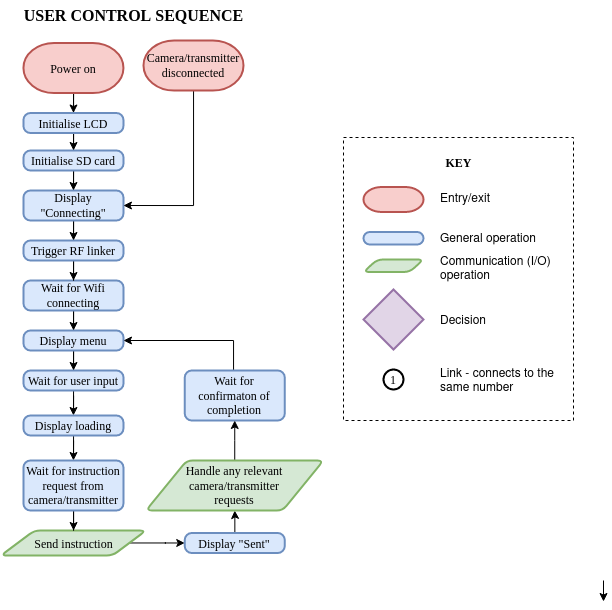
The draw.io diagram final-report/Images/Pi-flow.png in rothdu/EEE4113F-Group13-2024, before a commit. Source tidied: cells renumbered, new cells last; positions are measured from the earlier drawing's top-left corner, leaving out a move shared by most shapes. Its diagram source:
```xml
<mxGraphModel>
  <root>
    <mxCell id="0" />
    <mxCell id="1" parent="0" />
    <mxCell id="2" style="edgeStyle=orthogonalEdgeStyle;rounded=0;jettySize=auto;html=1;entryX=0.5;entryY=0;entryDx=0;entryDy=0;fontFamily=Times New Roman;" parent="1" edge="1" source="3" target="5">
      <mxGeometry relative="1" as="geometry" />
    </mxCell>
    <mxCell id="3" value="Wait for Wifi connecting" style="rounded=1;whiteSpace=wrap;html=1;absoluteArcSize=1;arcSize=14;strokeWidth=2;fillColor=#dae8fc;strokeColor=#6c8ebf;fontFamily=Times New Roman;" parent="1" vertex="1">
      <mxGeometry x="22" y="280" width="100" height="30" as="geometry" />
    </mxCell>
    <mxCell id="4" style="edgeStyle=orthogonalEdgeStyle;rounded=0;jettySize=auto;html=1;entryX=0.5;entryY=0;entryDx=0;entryDy=0;fontFamily=Times New Roman;" parent="1" edge="1" source="5" target="7">
      <mxGeometry relative="1" as="geometry" />
    </mxCell>
    <mxCell id="5" value="Display menu" style="rounded=1;whiteSpace=wrap;html=1;absoluteArcSize=1;arcSize=14;strokeWidth=2;fillColor=#dae8fc;strokeColor=#6c8ebf;fontFamily=Times New Roman;" parent="1" vertex="1">
      <mxGeometry x="22" y="330" width="100" height="20" as="geometry" />
    </mxCell>
    <mxCell id="6" style="edgeStyle=orthogonalEdgeStyle;rounded=0;jettySize=auto;html=1;entryX=0.5;entryY=0;entryDx=0;entryDy=0;fontFamily=Times New Roman;" parent="1" edge="1" source="7" target="17">
      <mxGeometry relative="1" as="geometry" />
    </mxCell>
    <mxCell id="7" value="Wait for user input" style="rounded=1;whiteSpace=wrap;html=1;absoluteArcSize=1;arcSize=14;strokeWidth=2;fillColor=#dae8fc;strokeColor=#6c8ebf;fontFamily=Times New Roman;" parent="1" vertex="1">
      <mxGeometry x="22" y="370" width="100" height="20" as="geometry" />
    </mxCell>
    <mxCell id="8" style="edgeStyle=orthogonalEdgeStyle;rounded=0;jettySize=auto;html=1;fontFamily=Times New Roman;entryX=0.5;entryY=0;entryDx=0;entryDy=0;" parent="1" edge="1" source="9" target="12">
      <mxGeometry relative="1" as="geometry" />
    </mxCell>
    <mxCell id="9" value="Power on" style="strokeWidth=2;html=1;shape=mxgraph.flowchart.terminator;whiteSpace=wrap;fillColor=#f8cecc;strokeColor=#b85450;fontFamily=Times New Roman;" parent="1" vertex="1">
      <mxGeometry x="22" y="42.5" width="100" height="50" as="geometry" />
    </mxCell>
    <mxCell id="10" value="&lt;font style=&quot;font-size: 16px;&quot;&gt;&lt;b&gt;USER CONTROL SEQUENCE&lt;br&gt;&lt;/b&gt;&lt;/font&gt;" style="text;html=1;align=center;verticalAlign=middle;strokeColor=none;fillColor=none;fontFamily=Times New Roman;" parent="1" vertex="1">
      <mxGeometry x="12" width="240" height="30" as="geometry" />
    </mxCell>
    <mxCell id="11" style="edgeStyle=orthogonalEdgeStyle;rounded=0;jettySize=auto;html=1;entryX=0.5;entryY=0;entryDx=0;entryDy=0;" parent="1" edge="1" source="12" target="14">
      <mxGeometry relative="1" as="geometry" />
    </mxCell>
    <mxCell id="12" value="Initialise LCD" style="rounded=1;whiteSpace=wrap;html=1;absoluteArcSize=1;arcSize=14;strokeWidth=2;fillColor=#dae8fc;strokeColor=#6c8ebf;fontFamily=Times New Roman;" parent="1" vertex="1">
      <mxGeometry x="22" y="112.5" width="100" height="20" as="geometry" />
    </mxCell>
    <mxCell id="13" style="edgeStyle=orthogonalEdgeStyle;rounded=0;jettySize=auto;html=1;entryX=0.5;entryY=0;entryDx=0;entryDy=0;fontFamily=Times New Roman;" parent="1" edge="1" source="14" target="19">
      <mxGeometry relative="1" as="geometry" />
    </mxCell>
    <mxCell id="14" value="Initialise SD card" style="rounded=1;whiteSpace=wrap;html=1;absoluteArcSize=1;arcSize=14;strokeWidth=2;fillColor=#dae8fc;strokeColor=#6c8ebf;fontFamily=Times New Roman;" parent="1" vertex="1">
      <mxGeometry x="22" y="150" width="100" height="20" as="geometry" />
    </mxCell>
    <mxCell id="15" style="edgeStyle=orthogonalEdgeStyle;rounded=0;orthogonalLoop=1;jettySize=auto;html=1;entryX=0.5;entryY=0;entryDx=0;entryDy=0;fontFamily=Times New Roman;" parent="1" edge="1">
      <mxGeometry relative="1" as="geometry">
        <mxPoint x="602" y="580" as="sourcePoint" />
        <mxPoint x="602" y="601" as="targetPoint" />
      </mxGeometry>
    </mxCell>
    <mxCell id="16" style="edgeStyle=orthogonalEdgeStyle;rounded=0;jettySize=auto;html=1;entryX=0.5;entryY=0;entryDx=0;entryDy=0;" parent="1" edge="1" source="17" target="40">
      <mxGeometry relative="1" as="geometry" />
    </mxCell>
    <mxCell id="17" value="Display loading" style="rounded=1;whiteSpace=wrap;html=1;absoluteArcSize=1;arcSize=14;strokeWidth=2;fillColor=#dae8fc;strokeColor=#6c8ebf;fontFamily=Times New Roman;" parent="1" vertex="1">
      <mxGeometry x="22" y="415" width="100" height="20" as="geometry" />
    </mxCell>
    <mxCell id="18" style="edgeStyle=orthogonalEdgeStyle;rounded=0;jettySize=auto;html=1;entryX=0.5;entryY=0;entryDx=0;entryDy=0;" parent="1" edge="1" source="19" target="36">
      <mxGeometry relative="1" as="geometry" />
    </mxCell>
    <mxCell id="19" value="Display &quot;Connecting&quot;" style="rounded=1;whiteSpace=wrap;html=1;absoluteArcSize=1;arcSize=14;strokeWidth=2;fillColor=#dae8fc;strokeColor=#6c8ebf;fontFamily=Times New Roman;" parent="1" vertex="1">
      <mxGeometry x="22" y="190" width="100" height="30" as="geometry" />
    </mxCell>
    <mxCell id="20" style="edgeStyle=orthogonalEdgeStyle;rounded=0;jettySize=auto;html=1;entryX=0;entryY=0.5;entryDx=0;entryDy=0;" parent="1" edge="1" source="21" target="42">
      <mxGeometry relative="1" as="geometry" />
    </mxCell>
    <mxCell id="21" value="Send instruction" style="shape=parallelogram;html=1;strokeWidth=2;perimeter=parallelogramPerimeter;whiteSpace=wrap;rounded=1;arcSize=12;size=0.23;fillColor=#d5e8d4;strokeColor=#82b366;fontFamily=Times New Roman;" parent="1" vertex="1">
      <mxGeometry x="-0.5" y="530" width="145" height="25" as="geometry" />
    </mxCell>
    <mxCell id="22" style="group;" parent="1" vertex="1">
      <mxGeometry x="342" y="137" width="230" height="283" as="geometry" />
    </mxCell>
    <mxCell id="23" style="rounded=0;whiteSpace=wrap;html=1;dashed=1;" parent="22" vertex="1">
      <mxGeometry width="230" height="283" as="geometry" />
    </mxCell>
    <mxCell id="24" value="&lt;b&gt;KEY&lt;/b&gt;" style="text;html=1;align=center;verticalAlign=middle;strokeColor=none;fillColor=none;fontFamily=Times New Roman;" parent="22" vertex="1">
      <mxGeometry x="90" y="9.5" width="50" height="30" as="geometry" />
    </mxCell>
    <mxCell id="25" style="strokeWidth=2;html=1;shape=mxgraph.flowchart.terminator;whiteSpace=wrap;fillColor=#f8cecc;strokeColor=#b85450;fontFamily=Times New Roman;" parent="22" vertex="1">
      <mxGeometry x="20" y="49.5" width="60" height="25" as="geometry" />
    </mxCell>
    <mxCell id="26" style="rounded=1;whiteSpace=wrap;html=1;absoluteArcSize=1;arcSize=14;strokeWidth=2;fillColor=#dae8fc;strokeColor=#6c8ebf;fontFamily=Times New Roman;" parent="22" vertex="1">
      <mxGeometry x="20" y="94.5" width="60" height="12.5" as="geometry" />
    </mxCell>
    <mxCell id="27" style="shape=parallelogram;html=1;strokeWidth=2;perimeter=parallelogramPerimeter;whiteSpace=wrap;rounded=1;arcSize=12;size=0.23;fillColor=#d5e8d4;strokeColor=#82b366;fontFamily=Times New Roman;" parent="22" vertex="1">
      <mxGeometry x="20" y="122" width="60" height="12.5" as="geometry" />
    </mxCell>
    <mxCell id="28" style="strokeWidth=2;html=1;shape=mxgraph.flowchart.decision;whiteSpace=wrap;fontFamily=Times New Roman;fillColor=#e1d5e7;strokeColor=#9673a6;" parent="22" vertex="1">
      <mxGeometry x="20" y="152" width="60" height="60" as="geometry" />
    </mxCell>
    <mxCell id="29" value="Entry/exit" style="text;html=1;align=left;verticalAlign=middle;whiteSpace=wrap;rounded=0;" parent="22" vertex="1">
      <mxGeometry x="95" y="44.5" width="60" height="30" as="geometry" />
    </mxCell>
    <mxCell id="30" value="General operation" style="text;html=1;align=left;verticalAlign=middle;whiteSpace=wrap;rounded=0;" parent="22" vertex="1">
      <mxGeometry x="95" y="84.5" width="110" height="30" as="geometry" />
    </mxCell>
    <mxCell id="31" value="Communication (I/O) operation" style="text;html=1;align=left;verticalAlign=middle;whiteSpace=wrap;rounded=0;" parent="22" vertex="1">
      <mxGeometry x="95" y="114.5" width="130" height="30" as="geometry" />
    </mxCell>
    <mxCell id="32" value="Decision" style="text;html=1;align=left;verticalAlign=middle;whiteSpace=wrap;rounded=0;" parent="22" vertex="1">
      <mxGeometry x="95" y="166.5" width="130" height="30" as="geometry" />
    </mxCell>
    <mxCell id="33" value="1" style="strokeWidth=2;html=1;shape=mxgraph.flowchart.start_2;whiteSpace=wrap;fontFamily=Times New Roman;" parent="22" vertex="1">
      <mxGeometry x="40" y="232" width="20" height="20" as="geometry" />
    </mxCell>
    <mxCell id="34" value="Link - connects to the same number" style="text;html=1;align=left;verticalAlign=middle;whiteSpace=wrap;rounded=0;" parent="22" vertex="1">
      <mxGeometry x="95" y="227" width="130" height="30" as="geometry" />
    </mxCell>
    <mxCell id="35" style="edgeStyle=orthogonalEdgeStyle;rounded=0;jettySize=auto;html=1;entryX=0.5;entryY=0;entryDx=0;entryDy=0;" parent="1" edge="1" source="36" target="3">
      <mxGeometry relative="1" as="geometry" />
    </mxCell>
    <mxCell id="36" value="Trigger RF linker" style="rounded=1;whiteSpace=wrap;html=1;absoluteArcSize=1;arcSize=14;strokeWidth=2;fillColor=#dae8fc;strokeColor=#6c8ebf;fontFamily=Times New Roman;" parent="1" vertex="1">
      <mxGeometry x="22" y="240" width="100" height="20" as="geometry" />
    </mxCell>
    <mxCell id="37" style="edgeStyle=orthogonalEdgeStyle;rounded=0;jettySize=auto;html=1;entryX=1;entryY=0.5;entryDx=0;entryDy=0;" parent="1" edge="1" source="38" target="19">
      <mxGeometry relative="1" as="geometry">
        <Array as="points">
          <mxPoint x="192" y="205" />
        </Array>
      </mxGeometry>
    </mxCell>
    <mxCell id="38" value="Camera/transmitter disconnected" style="strokeWidth=2;html=1;shape=mxgraph.flowchart.terminator;whiteSpace=wrap;fillColor=#f8cecc;strokeColor=#b85450;fontFamily=Times New Roman;" parent="1" vertex="1">
      <mxGeometry x="142" y="40" width="100" height="50" as="geometry" />
    </mxCell>
    <mxCell id="39" style="edgeStyle=orthogonalEdgeStyle;rounded=0;jettySize=auto;html=1;" parent="1" edge="1" source="40" target="21">
      <mxGeometry relative="1" as="geometry" />
    </mxCell>
    <mxCell id="40" value="Wait for instruction request from camera/transmitter" style="rounded=1;whiteSpace=wrap;html=1;absoluteArcSize=1;arcSize=14;strokeWidth=2;fillColor=#dae8fc;strokeColor=#6c8ebf;fontFamily=Times New Roman;" parent="1" vertex="1">
      <mxGeometry x="22" y="460" width="100" height="50" as="geometry" />
    </mxCell>
    <mxCell id="41" style="edgeStyle=orthogonalEdgeStyle;rounded=0;jettySize=auto;html=1;entryX=0.5;entryY=1;entryDx=0;entryDy=0;" parent="1" edge="1" source="42" target="46">
      <mxGeometry relative="1" as="geometry" />
    </mxCell>
    <mxCell id="42" value="Display &quot;Sent&quot;" style="rounded=1;whiteSpace=wrap;html=1;absoluteArcSize=1;arcSize=14;strokeWidth=2;fillColor=#dae8fc;strokeColor=#6c8ebf;fontFamily=Times New Roman;" parent="1" vertex="1">
      <mxGeometry x="183.2" y="532.5" width="100" height="20" as="geometry" />
    </mxCell>
    <mxCell id="43" style="edgeStyle=orthogonalEdgeStyle;rounded=0;jettySize=auto;html=1;entryX=1;entryY=0.5;entryDx=0;entryDy=0;" parent="1" edge="1" source="44" target="5">
      <mxGeometry relative="1" as="geometry">
        <Array as="points">
          <mxPoint x="232" y="340" />
        </Array>
      </mxGeometry>
    </mxCell>
    <mxCell id="44" value="Wait for confirmaton of completion" style="rounded=1;whiteSpace=wrap;html=1;absoluteArcSize=1;arcSize=14;strokeWidth=2;fillColor=#dae8fc;strokeColor=#6c8ebf;fontFamily=Times New Roman;" parent="1" vertex="1">
      <mxGeometry x="183.2" y="370" width="100" height="50" as="geometry" />
    </mxCell>
    <mxCell id="45" style="edgeStyle=orthogonalEdgeStyle;rounded=0;jettySize=auto;html=1;entryX=0.5;entryY=1;entryDx=0;entryDy=0;" parent="1" edge="1" source="46" target="44">
      <mxGeometry relative="1" as="geometry" />
    </mxCell>
    <mxCell id="46" value="Handle any relevant camera/transmitter &lt;br&gt;requests" style="shape=parallelogram;html=1;strokeWidth=2;perimeter=parallelogramPerimeter;whiteSpace=wrap;rounded=1;arcSize=12;size=0.23;fillColor=#d5e8d4;strokeColor=#82b366;fontFamily=Times New Roman;" parent="1" vertex="1">
      <mxGeometry x="144.5" y="460" width="177.5" height="50" as="geometry" />
    </mxCell>
  </root>
</mxGraphModel>
```
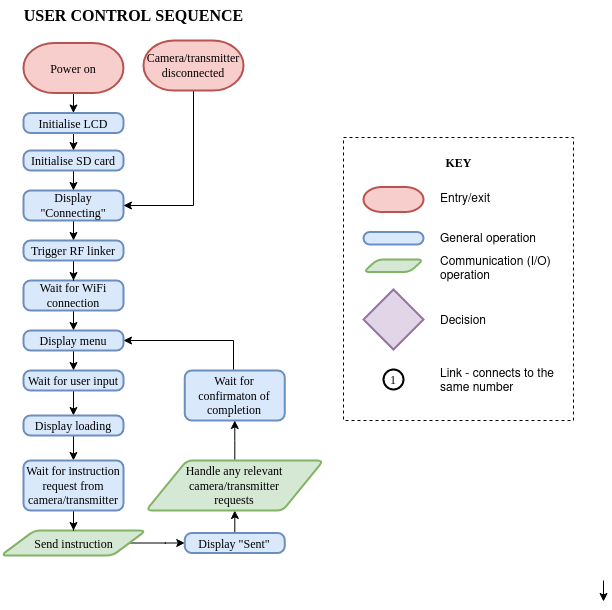
The same diagram one commit later.

The edit, as a diff of the source:
```diff
@@ -5,7 +5,7 @@
     <mxCell id="2" style="edgeStyle=orthogonalEdgeStyle;rounded=0;jettySize=auto;html=1;entryX=0.5;entryY=0;entryDx=0;entryDy=0;fontFamily=Times New Roman;" parent="1" edge="1" source="3" target="5">
       <mxGeometry relative="1" as="geometry" />
     </mxCell>
-    <mxCell id="3" value="Wait for Wifi connecting" style="rounded=1;whiteSpace=wrap;html=1;absoluteArcSize=1;arcSize=14;strokeWidth=2;fillColor=#dae8fc;strokeColor=#6c8ebf;fontFamily=Times New Roman;" parent="1" vertex="1">
+    <mxCell id="3" value="Wait for WiFi connection" style="rounded=1;whiteSpace=wrap;html=1;absoluteArcSize=1;arcSize=14;strokeWidth=2;fillColor=#dae8fc;strokeColor=#6c8ebf;fontFamily=Times New Roman;" parent="1" vertex="1">
       <mxGeometry x="22" y="280" width="100" height="30" as="geometry" />
     </mxCell>
     <mxCell id="4" style="edgeStyle=orthogonalEdgeStyle;rounded=0;jettySize=auto;html=1;entryX=0.5;entryY=0;entryDx=0;entryDy=0;fontFamily=Times New Roman;" parent="1" edge="1" source="5" target="7">
```
